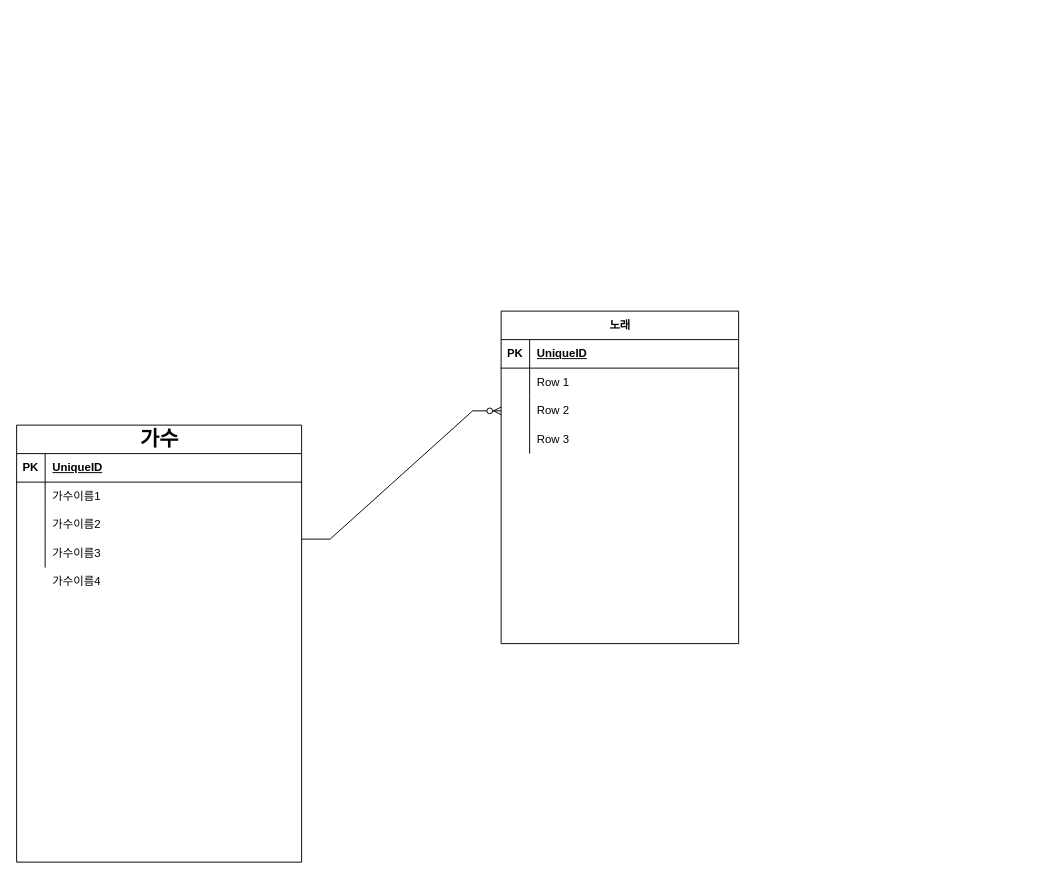
Above: 클래스 다이어그램 연습.drawio in Jong-BinPark/practice (draw.io), before the change. Source tidied: cells renumbered, new cells numbered last; positions are measured from the earlier drawing's top-left corner, leaving out a move shared by most shapes. Both pictures are drawn from the tidied source at 95%, with x=0, y=0 at pixel (16, 311).
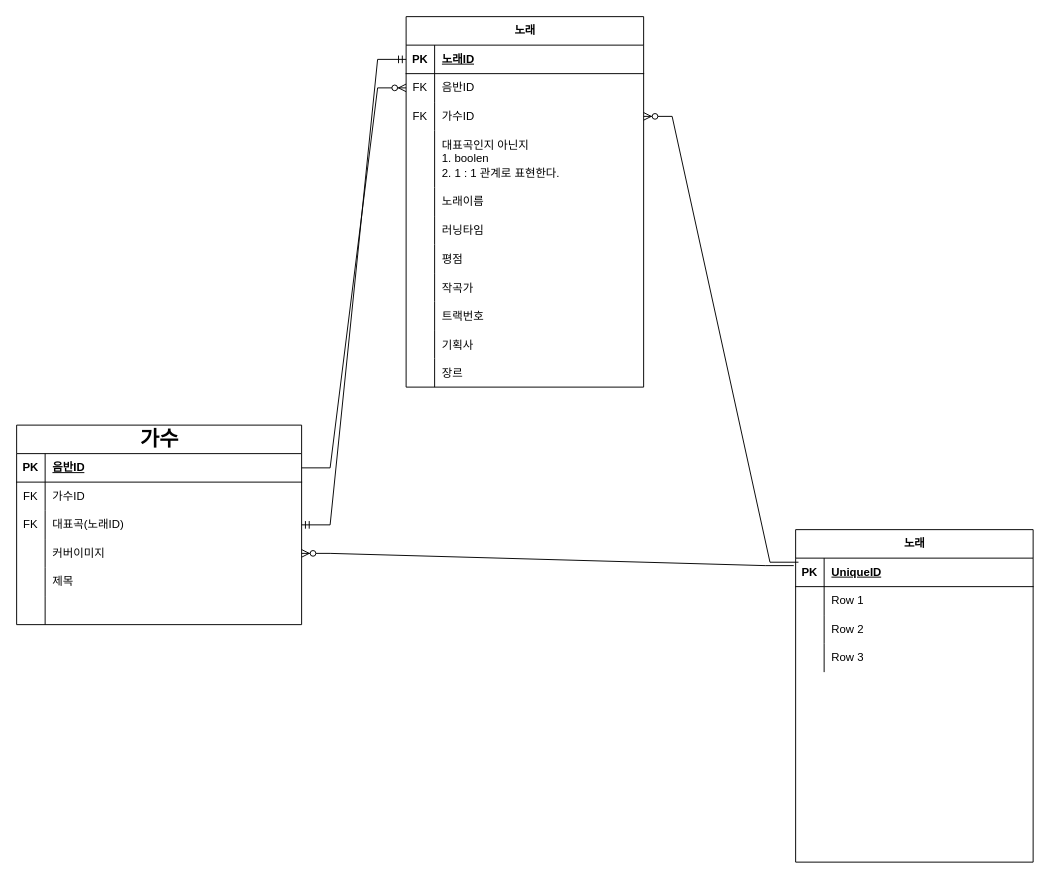
The same page after the edit.

Commit message (it also covers changes not shown here):
클래스 다이어그램 연습.drawio 업데이트

The change refers to these unchanged cells:
```xml
<mxCell id="3" style="shape=tableRow;horizontal=0;startSize=0;swimlaneHead=0;swimlaneBody=0;fillColor=none;points=[[0,0.5],[1,0.5]];portConstraint=eastwest;top=0;left=0;right=0;bottom=1;" parent="2" vertex="1">
  <mxGeometry y="30" width="300" height="30" as="geometry" />
</mxCell>
<mxCell id="16" style="shape=tableRow;horizontal=0;startSize=0;swimlaneHead=0;swimlaneBody=0;fillColor=none;points=[[0,0.5],[1,0.5]];portConstraint=eastwest;top=0;left=0;right=0;bottom=1;" parent="15" vertex="1">
  <mxGeometry y="30" width="250" height="30" as="geometry" />
</mxCell>
<mxCell id="22" style="shape=tableRow;horizontal=0;startSize=0;swimlaneHead=0;swimlaneBody=0;fillColor=none;points=[[0,0.5],[1,0.5]];portConstraint=eastwest;top=0;left=0;right=0;bottom=0;" parent="15" vertex="1">
  <mxGeometry y="90" width="250" height="30" as="geometry" />
</mxCell>
```

Change to the diagram source:
```diff
@@
     <mxCell id="2" value="&lt;font style=&quot;font-size: 22px;&quot;&gt;가수&lt;/font&gt;" style="shape=table;startSize=30;childLayout=tableLayout;rowLines=0;fontStyle=1;align=center;html=1;" parent="1" vertex="1">
-      <mxGeometry y="120" width="300" height="460" as="geometry" />
+      <mxGeometry y="120" width="300" height="210" as="geometry" />
     </mxCell>
@@
-    <mxCell id="5" value="UniqueID" style="shape=partialRectangle;fillColor=none;top=0;left=0;bottom=0;right=0;align=left;spacingLeft=6;fontStyle=5;overflow=hidden;whiteSpace=wrap;html=1;" parent="3" vertex="1">
+    <mxCell id="5" value="음반ID" style="shape=partialRectangle;fillColor=none;top=0;left=0;bottom=0;right=0;align=left;spacingLeft=6;fontStyle=5;overflow=hidden;whiteSpace=wrap;html=1;" parent="3" vertex="1">
       <mxGeometry x="30" width="270" height="30" as="geometry" />
     </mxCell>
+    <mxCell id="30" style="shape=tableRow;horizontal=0;startSize=0;swimlaneHead=0;swimlaneBody=0;fillColor=none;top=0;left=0;right=0;bottom=0;" parent="2" vertex="1">
+      <mxGeometry y="60" width="300" height="30" as="geometry" />
+    </mxCell>
+    <mxCell id="31" value="FK" style="shape=partialRectangle;fillColor=none;top=0;left=0;bottom=0;right=0;fontStyle=0;overflow=hidden;whiteSpace=wrap;html=1;" parent="30" vertex="1">
+      <mxGeometry width="30" height="30" as="geometry" />
+    </mxCell>
+    <mxCell id="32" value="가수ID" style="shape=partialRectangle;fillColor=none;top=0;left=0;bottom=0;right=0;align=left;spacingLeft=6;fontStyle=0;overflow=hidden;whiteSpace=wrap;html=1;" parent="30" vertex="1">
+      <mxGeometry x="30" width="270" height="30" as="geometry" />
+    </mxCell>
+    <mxCell id="33" style="shape=tableRow;horizontal=0;startSize=0;swimlaneHead=0;swimlaneBody=0;fillColor=none;points=[[0,0.5],[1,0.5]];portConstraint=eastwest;top=0;left=0;right=0;bottom=0;" parent="2" vertex="1">
+      <mxGeometry y="90" width="300" height="30" as="geometry" />
+    </mxCell>
+    <mxCell id="34" value="FK" style="shape=partialRectangle;fillColor=none;top=0;left=0;bottom=0;right=0;fontStyle=0;overflow=hidden;whiteSpace=wrap;html=1;" parent="33" vertex="1">
+      <mxGeometry width="30" height="30" as="geometry" />
+    </mxCell>
+    <mxCell id="35" value="대표곡(노래ID)" style="shape=partialRectangle;fillColor=none;top=0;left=0;bottom=0;right=0;align=left;spacingLeft=6;fontStyle=0;overflow=hidden;whiteSpace=wrap;html=1;" parent="33" vertex="1">
+      <mxGeometry x="30" width="270" height="30" as="geometry" />
+    </mxCell>
     <mxCell id="6" style="shape=tableRow;horizontal=0;startSize=0;swimlaneHead=0;swimlaneBody=0;fillColor=none;points=[[0,0.5],[1,0.5]];portConstraint=eastwest;top=0;left=0;right=0;bottom=0;" parent="2" vertex="1">
-      <mxGeometry y="60" width="300" height="30" as="geometry" />
+      <mxGeometry y="120" width="300" height="30" as="geometry" />
     </mxCell>
@@
-    <mxCell id="8" value="가수이름1" style="shape=partialRectangle;fillColor=none;top=0;left=0;bottom=0;right=0;align=left;spacingLeft=6;overflow=hidden;whiteSpace=wrap;html=1;" parent="6" vertex="1">
+    <mxCell id="8" value="커버이미지" style="shape=partialRectangle;fillColor=none;top=0;left=0;bottom=0;right=0;align=left;spacingLeft=6;overflow=hidden;whiteSpace=wrap;html=1;" parent="6" vertex="1">
       <mxGeometry x="30" width="270" height="30" as="geometry" />
     </mxCell>
     <mxCell id="9" style="shape=tableRow;horizontal=0;startSize=0;swimlaneHead=0;swimlaneBody=0;fillColor=none;top=0;left=0;right=0;bottom=0;" parent="2" vertex="1">
-      <mxGeometry y="90" width="300" height="30" as="geometry" />
+      <mxGeometry y="150" width="300" height="30" as="geometry" />
     </mxCell>
@@
-    <mxCell id="11" value="가수이름2" style="shape=partialRectangle;fillColor=none;top=0;left=0;bottom=0;right=0;align=left;spacingLeft=6;overflow=hidden;whiteSpace=wrap;html=1;" parent="9" vertex="1">
+    <mxCell id="11" value="제목" style="shape=partialRectangle;fillColor=none;top=0;left=0;bottom=0;right=0;align=left;spacingLeft=6;overflow=hidden;whiteSpace=wrap;html=1;" parent="9" vertex="1">
       <mxGeometry x="30" width="270" height="30" as="geometry" />
     </mxCell>
     <mxCell id="12" style="shape=tableRow;horizontal=0;startSize=0;swimlaneHead=0;swimlaneBody=0;fillColor=none;top=0;left=0;right=0;bottom=0;" parent="2" vertex="1">
-      <mxGeometry y="120" width="300" height="30" as="geometry" />
+      <mxGeometry y="180" width="300" height="30" as="geometry" />
     </mxCell>
@@
-    <mxCell id="14" value="가수이름3" style="shape=partialRectangle;fillColor=none;top=0;left=0;bottom=0;right=0;align=left;spacingLeft=6;overflow=hidden;whiteSpace=wrap;html=1;" parent="12" vertex="1">
+    <mxCell id="14" style="shape=partialRectangle;fillColor=none;top=0;left=0;bottom=0;right=0;align=left;spacingLeft=6;overflow=hidden;whiteSpace=wrap;html=1;" parent="12" vertex="1">
       <mxGeometry x="30" width="270" height="30" as="geometry" />
     </mxCell>
     <mxCell id="15" value="노래" style="shape=table;startSize=30;childLayout=tableLayout;rowLines=0;fontStyle=1;align=center;html=1;" parent="1" vertex="1">
-      <mxGeometry x="510" width="250" height="350" as="geometry" />
+      <mxGeometry x="820" y="230" width="250" height="350" as="geometry" />
     </mxCell>
@@
-    <mxCell id="28" value="가수이름4" style="shape=partialRectangle;fillColor=none;top=0;left=0;bottom=0;right=0;align=left;spacingLeft=6;overflow=hidden;whiteSpace=wrap;html=1;" parent="1" vertex="1">
-      <mxGeometry x="30" y="270" width="270" height="30" as="geometry" />
-    </mxCell>
-    <mxCell id="29" style="edgeStyle=entityRelationEdgeStyle;fontSize=12;html=1;endArrow=ERzeroToMany;endFill=1;rounded=0;entryX=0;entryY=0.5;entryDx=0;entryDy=0;" parent="1" edge="1" target="22">
-      <mxGeometry relative="1" as="geometry">
-        <mxPoint x="300" y="240" as="sourcePoint" />
-      </mxGeometry>
-    </mxCell>
+    <mxCell id="36" style="edgeStyle=entityRelationEdgeStyle;fontSize=12;html=1;endArrow=ERzeroToMany;endFill=1;rounded=0;exitX=1;exitY=0.5;exitDx=0;exitDy=0;" parent="1" edge="1" source="3" target="43">
+      <mxGeometry relative="1" as="geometry" />
+    </mxCell>
+    <mxCell id="37" style="edgeStyle=entityRelationEdgeStyle;fontSize=12;html=1;endArrow=ERzeroToMany;endFill=1;rounded=0;exitX=-0.008;exitY=0.263;exitDx=0;exitDy=0;exitPerimeter=0;" parent="1" edge="1" source="16" target="6">
+      <mxGeometry relative="1" as="geometry">
+        <Array as="points">
+          <mxPoint x="580" y="280" />
+        </Array>
+      </mxGeometry>
+    </mxCell>
+    <mxCell id="38" style="edgeStyle=entityRelationEdgeStyle;fontSize=12;html=1;endArrow=ERzeroToMany;endFill=1;rounded=0;exitX=0.012;exitY=0.098;exitDx=0;exitDy=0;exitPerimeter=0;entryX=1;entryY=0.5;entryDx=0;entryDy=0;" parent="1" edge="1" source="15" target="46">
+      <mxGeometry relative="1" as="geometry">
+        <Array as="points">
+          <mxPoint x="869.2" y="-38.5" />
+          <mxPoint x="700" y="80" />
+          <mxPoint x="829.2" y="-118.5" />
+          <mxPoint x="869.2" y="-48.5" />
+        </Array>
+      </mxGeometry>
+    </mxCell>
+    <mxCell id="39" value="노래" style="shape=table;startSize=30;childLayout=tableLayout;rowLines=0;fontStyle=1;align=center;html=1;" parent="1" vertex="1">
+      <mxGeometry x="410" y="-310" width="250" height="390" as="geometry" />
+    </mxCell>
+    <mxCell id="40" style="shape=tableRow;horizontal=0;startSize=0;swimlaneHead=0;swimlaneBody=0;fillColor=none;points=[[0,0.5],[1,0.5]];portConstraint=eastwest;top=0;left=0;right=0;bottom=1;" parent="39" vertex="1">
+      <mxGeometry y="30" width="250" height="30" as="geometry" />
+    </mxCell>
+    <mxCell id="41" value="PK" style="shape=partialRectangle;fillColor=none;top=0;left=0;bottom=0;right=0;fontStyle=1;overflow=hidden;whiteSpace=wrap;html=1;" parent="40" vertex="1">
+      <mxGeometry width="30" height="30" as="geometry" />
+    </mxCell>
+    <mxCell id="42" value="노래ID" style="shape=partialRectangle;fillColor=none;top=0;left=0;bottom=0;right=0;align=left;spacingLeft=6;fontStyle=5;overflow=hidden;whiteSpace=wrap;html=1;" parent="40" vertex="1">
+      <mxGeometry x="30" width="220" height="30" as="geometry" />
+    </mxCell>
+    <mxCell id="43" style="shape=tableRow;horizontal=0;startSize=0;swimlaneHead=0;swimlaneBody=0;fillColor=none;points=[[0,0.5],[1,0.5]];portConstraint=eastwest;top=0;left=0;right=0;bottom=0;" parent="39" vertex="1">
+      <mxGeometry y="60" width="250" height="30" as="geometry" />
+    </mxCell>
+    <mxCell id="44" value="FK" style="shape=partialRectangle;fillColor=none;top=0;left=0;bottom=0;right=0;fontStyle=0;overflow=hidden;whiteSpace=wrap;html=1;" parent="43" vertex="1">
+      <mxGeometry width="30" height="30" as="geometry" />
+    </mxCell>
+    <mxCell id="45" value="음반ID" style="shape=partialRectangle;fillColor=none;top=0;left=0;bottom=0;right=0;align=left;spacingLeft=6;fontStyle=0;overflow=hidden;whiteSpace=wrap;html=1;" parent="43" vertex="1">
+      <mxGeometry x="30" width="220" height="30" as="geometry" />
+    </mxCell>
+    <mxCell id="46" style="shape=tableRow;horizontal=0;startSize=0;swimlaneHead=0;swimlaneBody=0;fillColor=none;points=[[0,0.5],[1,0.5]];portConstraint=eastwest;top=0;left=0;right=0;bottom=0;" parent="39" vertex="1">
+      <mxGeometry y="90" width="250" height="30" as="geometry" />
+    </mxCell>
+    <mxCell id="47" value="FK" style="shape=partialRectangle;fillColor=none;top=0;left=0;bottom=0;right=0;fontStyle=0;overflow=hidden;whiteSpace=wrap;html=1;" parent="46" vertex="1">
+      <mxGeometry width="30" height="30" as="geometry" />
+    </mxCell>
+    <mxCell id="48" value="가수ID" style="shape=partialRectangle;fillColor=none;top=0;left=0;bottom=0;right=0;align=left;spacingLeft=6;fontStyle=0;overflow=hidden;whiteSpace=wrap;html=1;" parent="46" vertex="1">
+      <mxGeometry x="30" width="220" height="30" as="geometry" />
+    </mxCell>
+    <mxCell id="49" style="shape=tableRow;horizontal=0;startSize=0;swimlaneHead=0;swimlaneBody=0;fillColor=none;top=0;left=0;right=0;bottom=0;" parent="39" vertex="1">
+      <mxGeometry y="120" width="250" height="60" as="geometry" />
+    </mxCell>
+    <mxCell id="50" style="shape=partialRectangle;fillColor=none;top=0;left=0;bottom=0;right=0;overflow=hidden;whiteSpace=wrap;html=1;" parent="49" vertex="1">
+      <mxGeometry width="30" height="60" as="geometry" />
+    </mxCell>
+    <mxCell id="51" value="대표곡인지 아닌지&lt;div&gt;1. boolen&lt;/div&gt;&lt;div&gt;2. 1 : 1 관계로 표현한다.&lt;/div&gt;" style="shape=partialRectangle;fillColor=none;top=0;left=0;bottom=0;right=0;align=left;spacingLeft=6;overflow=hidden;whiteSpace=wrap;html=1;" parent="49" vertex="1">
+      <mxGeometry x="30" width="220" height="60" as="geometry" />
+    </mxCell>
+    <mxCell id="52" style="shape=tableRow;horizontal=0;startSize=0;swimlaneHead=0;swimlaneBody=0;fillColor=none;top=0;left=0;right=0;bottom=0;" parent="39" vertex="1">
+      <mxGeometry y="180" width="250" height="30" as="geometry" />
+    </mxCell>
+    <mxCell id="53" style="shape=partialRectangle;fillColor=none;top=0;left=0;bottom=0;right=0;overflow=hidden;whiteSpace=wrap;html=1;" parent="52" vertex="1">
+      <mxGeometry width="30" height="30" as="geometry" />
+    </mxCell>
+    <mxCell id="54" value="노래이름" style="shape=partialRectangle;fillColor=none;top=0;left=0;bottom=0;right=0;align=left;spacingLeft=6;overflow=hidden;whiteSpace=wrap;html=1;" parent="52" vertex="1">
+      <mxGeometry x="30" width="220" height="30" as="geometry" />
+    </mxCell>
+    <mxCell id="55" style="shape=tableRow;horizontal=0;startSize=0;swimlaneHead=0;swimlaneBody=0;fillColor=none;top=0;left=0;right=0;bottom=0;" parent="39" vertex="1">
+      <mxGeometry y="210" width="250" height="30" as="geometry" />
+    </mxCell>
+    <mxCell id="56" style="shape=partialRectangle;fillColor=none;top=0;left=0;bottom=0;right=0;overflow=hidden;whiteSpace=wrap;html=1;" parent="55" vertex="1">
+      <mxGeometry width="30" height="30" as="geometry" />
+    </mxCell>
+    <mxCell id="57" value="러닝타임" style="shape=partialRectangle;fillColor=none;top=0;left=0;bottom=0;right=0;align=left;spacingLeft=6;overflow=hidden;whiteSpace=wrap;html=1;" parent="55" vertex="1">
+      <mxGeometry x="30" width="220" height="30" as="geometry" />
+    </mxCell>
+    <mxCell id="58" style="shape=tableRow;horizontal=0;startSize=0;swimlaneHead=0;swimlaneBody=0;fillColor=none;top=0;left=0;right=0;bottom=0;" parent="39" vertex="1">
+      <mxGeometry y="240" width="250" height="30" as="geometry" />
+    </mxCell>
+    <mxCell id="59" style="shape=partialRectangle;fillColor=none;top=0;left=0;bottom=0;right=0;overflow=hidden;" parent="58" vertex="1">
+      <mxGeometry width="30" height="30" as="geometry" />
+    </mxCell>
+    <mxCell id="60" value="평점" style="shape=partialRectangle;fillColor=none;top=0;left=0;bottom=0;right=0;align=left;spacingLeft=6;overflow=hidden;" parent="58" vertex="1">
+      <mxGeometry x="30" width="220" height="30" as="geometry" />
+    </mxCell>
+    <mxCell id="61" style="shape=tableRow;horizontal=0;startSize=0;swimlaneHead=0;swimlaneBody=0;fillColor=none;top=0;left=0;right=0;bottom=0;" parent="39" vertex="1">
+      <mxGeometry y="270" width="250" height="30" as="geometry" />
+    </mxCell>
+    <mxCell id="62" style="shape=partialRectangle;fillColor=none;top=0;left=0;bottom=0;right=0;overflow=hidden;" parent="61" vertex="1">
+      <mxGeometry width="30" height="30" as="geometry" />
+    </mxCell>
+    <mxCell id="63" value="작곡가" style="shape=partialRectangle;fillColor=none;top=0;left=0;bottom=0;right=0;align=left;spacingLeft=6;overflow=hidden;" parent="61" vertex="1">
+      <mxGeometry x="30" width="220" height="30" as="geometry" />
+    </mxCell>
+    <mxCell id="64" style="shape=tableRow;horizontal=0;startSize=0;swimlaneHead=0;swimlaneBody=0;fillColor=none;top=0;left=0;right=0;bottom=0;" parent="39" vertex="1">
+      <mxGeometry y="300" width="250" height="30" as="geometry" />
+    </mxCell>
+    <mxCell id="65" style="shape=partialRectangle;fillColor=none;top=0;left=0;bottom=0;right=0;overflow=hidden;" parent="64" vertex="1">
+      <mxGeometry width="30" height="30" as="geometry" />
+    </mxCell>
+    <mxCell id="66" value="트랙번호" style="shape=partialRectangle;fillColor=none;top=0;left=0;bottom=0;right=0;align=left;spacingLeft=6;overflow=hidden;" parent="64" vertex="1">
+      <mxGeometry x="30" width="220" height="30" as="geometry" />
+    </mxCell>
+    <mxCell id="67" style="shape=tableRow;horizontal=0;startSize=0;swimlaneHead=0;swimlaneBody=0;fillColor=none;top=0;left=0;right=0;bottom=0;" parent="39" vertex="1">
+      <mxGeometry y="330" width="250" height="30" as="geometry" />
+    </mxCell>
+    <mxCell id="68" style="shape=partialRectangle;fillColor=none;top=0;left=0;bottom=0;right=0;overflow=hidden;" parent="67" vertex="1">
+      <mxGeometry width="30" height="30" as="geometry" />
+    </mxCell>
+    <mxCell id="69" value="기획사" style="shape=partialRectangle;fillColor=none;top=0;left=0;bottom=0;right=0;align=left;spacingLeft=6;overflow=hidden;" parent="67" vertex="1">
+      <mxGeometry x="30" width="220" height="30" as="geometry" />
+    </mxCell>
+    <mxCell id="70" style="shape=tableRow;horizontal=0;startSize=0;swimlaneHead=0;swimlaneBody=0;fillColor=none;top=0;left=0;right=0;bottom=0;" parent="39" vertex="1">
+      <mxGeometry y="360" width="250" height="30" as="geometry" />
+    </mxCell>
+    <mxCell id="71" style="shape=partialRectangle;fillColor=none;top=0;left=0;bottom=0;right=0;overflow=hidden;" parent="70" vertex="1">
+      <mxGeometry width="30" height="30" as="geometry" />
+    </mxCell>
+    <mxCell id="72" value="장르" style="shape=partialRectangle;fillColor=none;top=0;left=0;bottom=0;right=0;align=left;spacingLeft=6;overflow=hidden;" parent="70" vertex="1">
+      <mxGeometry x="30" width="220" height="30" as="geometry" />
+    </mxCell>
+    <mxCell id="73" style="edgeStyle=entityRelationEdgeStyle;fontSize=12;html=1;endArrow=ERmandOne;startArrow=ERmandOne;rounded=0;exitX=1;exitY=0.5;exitDx=0;exitDy=0;entryX=0;entryY=0.5;entryDx=0;entryDy=0;" parent="1" edge="1" source="33" target="40">
+      <mxGeometry relative="1" as="geometry" />
+    </mxCell>
```
